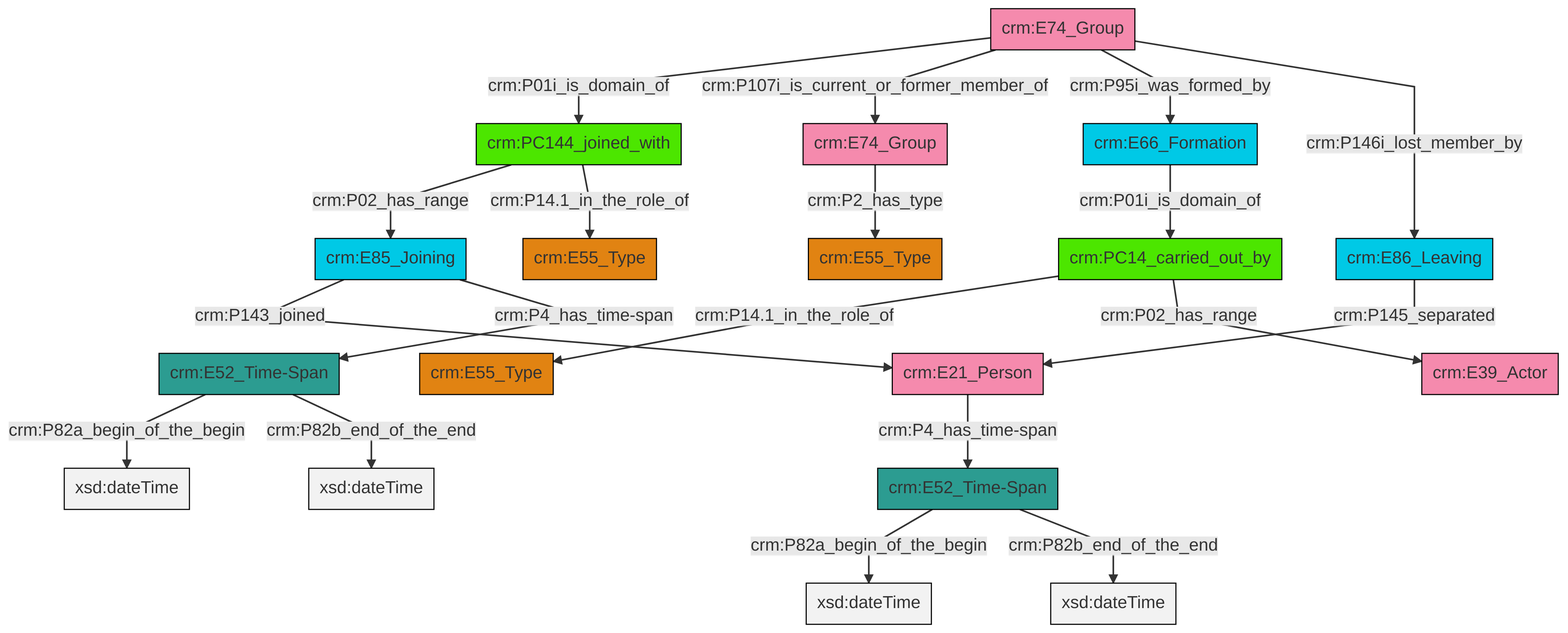
This is et/groupCSV/ttl/mmd/png/group_actor_relations.png from swiss-art-research-net/reference-data-models, a Mermaid export, as it was before one commit. Its source is kept beside it as et/groupCSV/ttl/mmd/group_actor_relations.ttl.mmd.
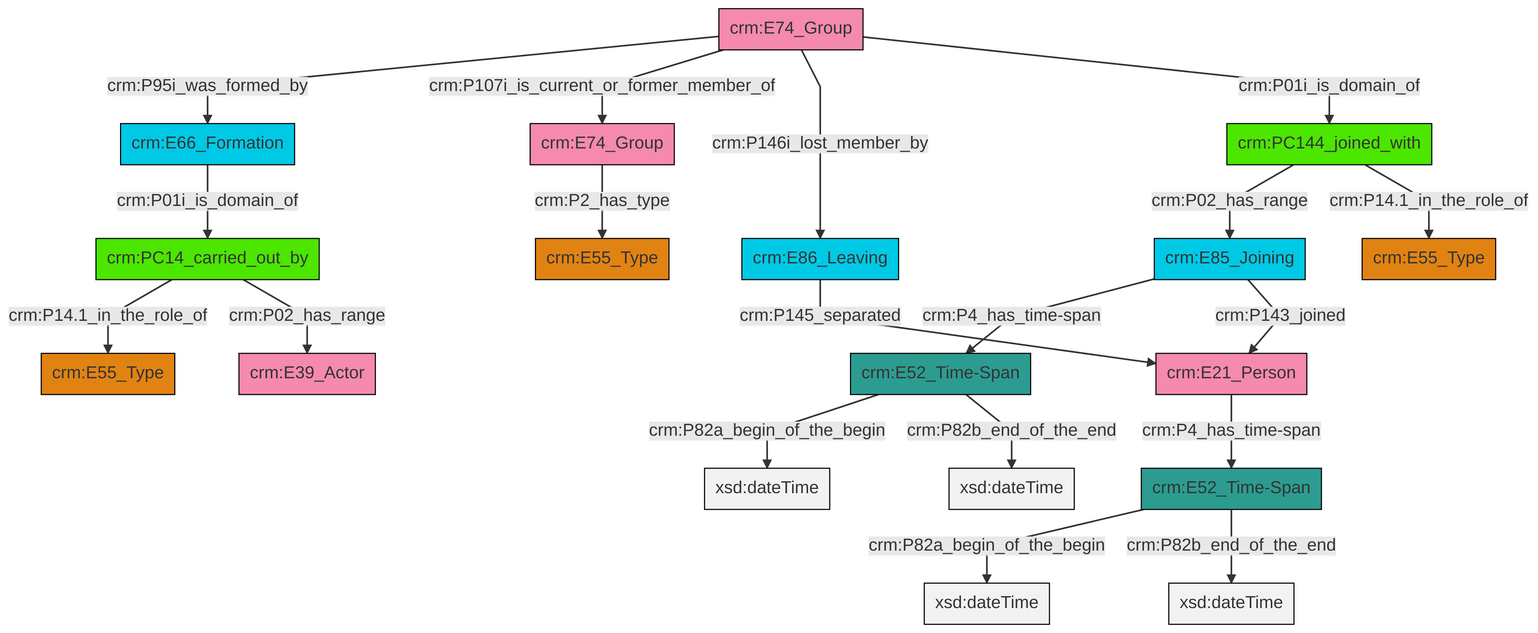
After the change.

What changed in the source:
```diff
@@ -13,21 +13,21 @@
 classDef PC_Classes fill:#4ce600, stroke:#000000;
 classDef Multi fill:#cccccc,stroke:#000000;
 
-0["crm:PC14_carried_out_by"]:::PC_Classes -->|crm:P14.1_in_the_role_of| 1["crm:E55_Type"]:::Type
-2["crm:E66_Formation"]:::Temporal_Entity -->|crm:P01i_is_domain_of| 0["crm:PC14_carried_out_by"]:::PC_Classes
-6["crm:E52_Time-Span"]:::Time-Span -->|crm:P82a_begin_of_the_begin| 7[xsd:dateTime]:::Literal
-12["crm:E74_Group"]:::Actor -->|crm:P2_has_type| 13["crm:E55_Type"]:::Type
-15["crm:PC144_joined_with"]:::PC_Classes -->|crm:P02_has_range| 3["crm:E85_Joining"]:::Temporal_Entity
-8["crm:E21_Person"]:::Actor -->|crm:P4_has_time-span| 16["crm:E52_Time-Span"]:::Time-Span
-19["crm:E74_Group"]:::Actor -->|crm:P01i_is_domain_of| 15["crm:PC144_joined_with"]:::PC_Classes
-19["crm:E74_Group"]:::Actor -->|crm:P107i_is_current_or_former_member_of| 12["crm:E74_Group"]:::Actor
-6["crm:E52_Time-Span"]:::Time-Span -->|crm:P82b_end_of_the_end| 28[xsd:dateTime]:::Literal
-0["crm:PC14_carried_out_by"]:::PC_Classes -->|crm:P02_has_range| 10["crm:E39_Actor"]:::Actor
-16["crm:E52_Time-Span"]:::Time-Span -->|crm:P82a_begin_of_the_begin| 29[xsd:dateTime]:::Literal
-30["crm:E86_Leaving"]:::Temporal_Entity -->|crm:P145_separated| 8["crm:E21_Person"]:::Actor
-19["crm:E74_Group"]:::Actor -->|crm:P95i_was_formed_by| 2["crm:E66_Formation"]:::Temporal_Entity
-3["crm:E85_Joining"]:::Temporal_Entity -->|crm:P143_joined| 8["crm:E21_Person"]:::Actor
-16["crm:E52_Time-Span"]:::Time-Span -->|crm:P82b_end_of_the_end| 33[xsd:dateTime]:::Literal
-19["crm:E74_Group"]:::Actor -->|crm:P146i_lost_member_by| 30["crm:E86_Leaving"]:::Temporal_Entity
-3["crm:E85_Joining"]:::Temporal_Entity -->|crm:P4_has_time-span| 6["crm:E52_Time-Span"]:::Time-Span
-15["crm:PC144_joined_with"]:::PC_Classes -->|crm:P14.1_in_the_role_of| 20["crm:E55_Type"]:::Type
+0["crm:E74_Group"]:::Actor -->|crm:P95i_was_formed_by| 1["crm:E66_Formation"]:::Temporal_Entity
+2["crm:E52_Time-Span"]:::Time-Span -->|crm:P82a_begin_of_the_begin| 3[xsd:dateTime]:::Literal
+4["crm:E21_Person"]:::Actor -->|crm:P4_has_time-span| 5["crm:E52_Time-Span"]:::Time-Span
+13["crm:E85_Joining"]:::Temporal_Entity -->|crm:P4_has_time-span| 2["crm:E52_Time-Span"]:::Time-Span
+8["crm:E86_Leaving"]:::Temporal_Entity -->|crm:P145_separated| 4["crm:E21_Person"]:::Actor
+18["crm:PC14_carried_out_by"]:::PC_Classes -->|crm:P14.1_in_the_role_of| 19["crm:E55_Type"]:::Type
+0["crm:E74_Group"]:::Actor -->|crm:P107i_is_current_or_former_member_of| 20["crm:E74_Group"]:::Actor
+16["crm:PC144_joined_with"]:::PC_Classes -->|crm:P02_has_range| 13["crm:E85_Joining"]:::Temporal_Entity
+13["crm:E85_Joining"]:::Temporal_Entity -->|crm:P143_joined| 4["crm:E21_Person"]:::Actor
+5["crm:E52_Time-Span"]:::Time-Span -->|crm:P82a_begin_of_the_begin| 27[xsd:dateTime]:::Literal
+20["crm:E74_Group"]:::Actor -->|crm:P2_has_type| 21["crm:E55_Type"]:::Type
+0["crm:E74_Group"]:::Actor -->|crm:P146i_lost_member_by| 8["crm:E86_Leaving"]:::Temporal_Entity
+18["crm:PC14_carried_out_by"]:::PC_Classes -->|crm:P02_has_range| 6["crm:E39_Actor"]:::Actor
+16["crm:PC144_joined_with"]:::PC_Classes -->|crm:P14.1_in_the_role_of| 10["crm:E55_Type"]:::Type
+0["crm:E74_Group"]:::Actor -->|crm:P01i_is_domain_of| 16["crm:PC144_joined_with"]:::PC_Classes
+5["crm:E52_Time-Span"]:::Time-Span -->|crm:P82b_end_of_the_end| 32[xsd:dateTime]:::Literal
+1["crm:E66_Formation"]:::Temporal_Entity -->|crm:P01i_is_domain_of| 18["crm:PC14_carried_out_by"]:::PC_Classes
+2["crm:E52_Time-Span"]:::Time-Span -->|crm:P82b_end_of_the_end| 33[xsd:dateTime]:::Literal
```
